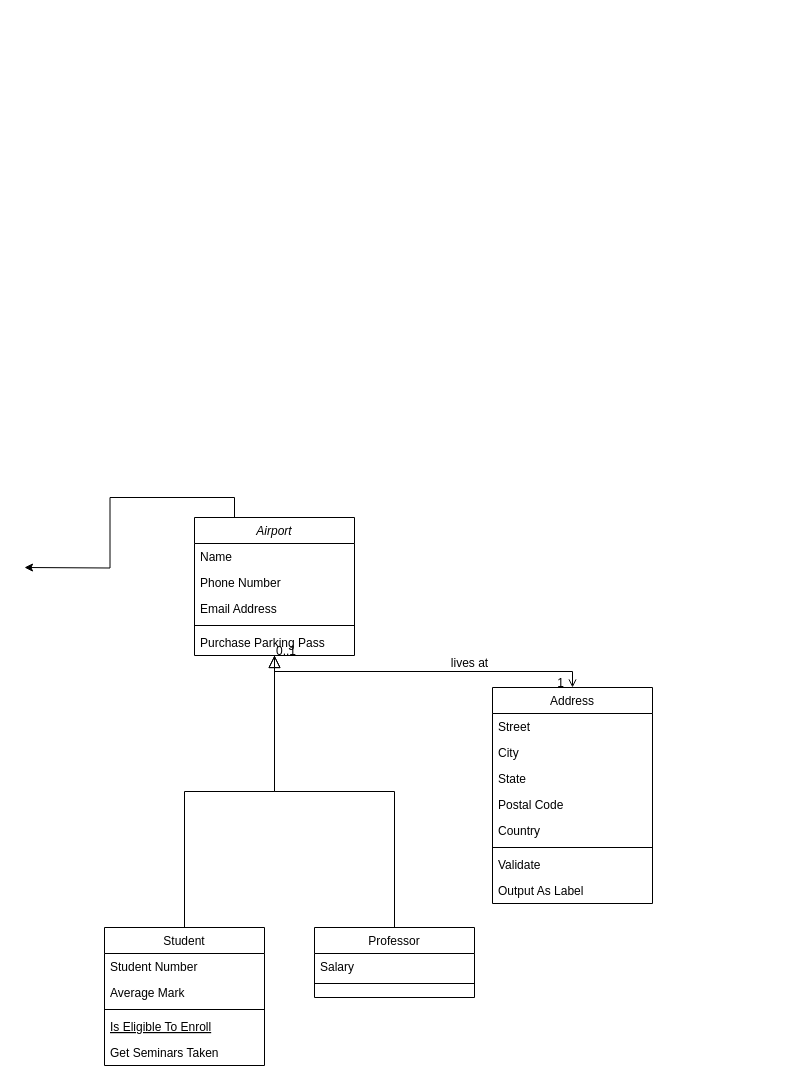
This is Untitled Diagram.drawio from istamendil/istamendil-kfu-programming-java1, a draw.io file, before an edit. Source tidied: cells renumbered, new cells numbered last; positions are measured from the earlier drawing's top-left corner, leaving out a move shared by most shapes. Both pictures are drawn from the tidied source at 100%, with x=0, y=0 at pixel (24, 517).
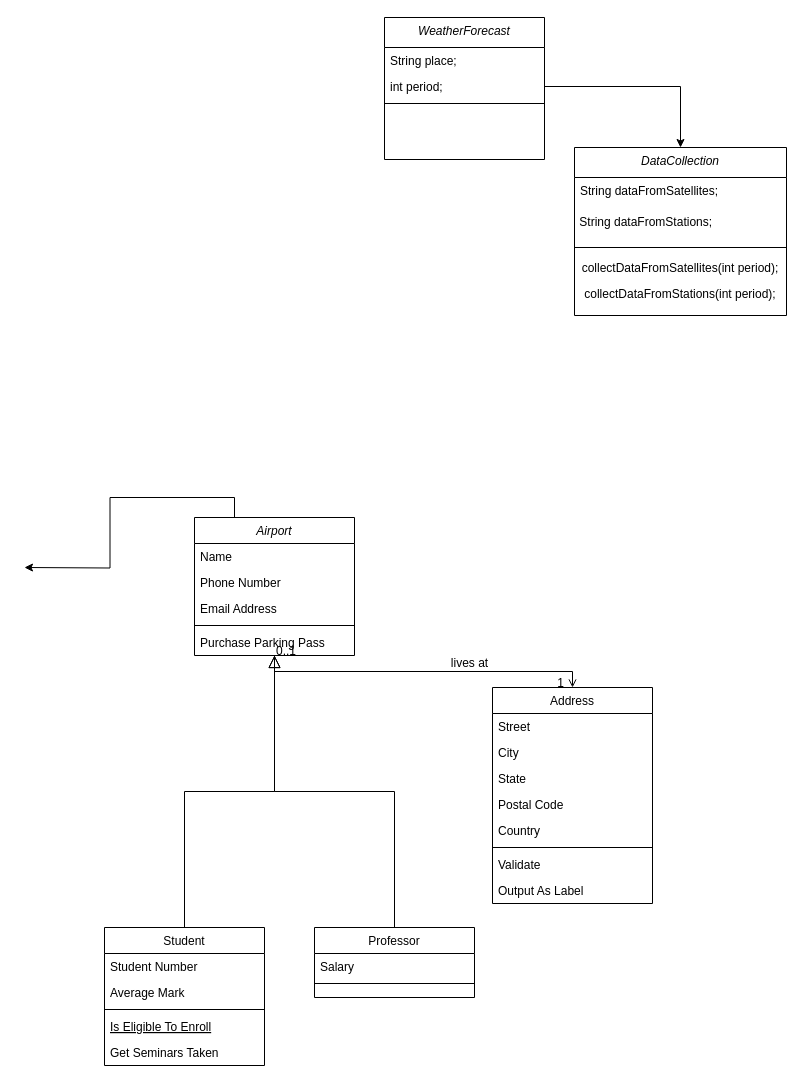
After the change.

Diff of the diagram source:
```diff
@@
+    <mxCell id="33" value="WeatherForecast" style="swimlane;fontStyle=2;align=center;verticalAlign=top;horizontal=1;startSize=30;rounded=0;shadow=0;strokeWidth=1;" parent="1" vertex="1">
+      <mxGeometry x="360" y="-500" width="160" height="142" as="geometry" />
+    </mxCell>
+    <mxCell id="34" value="String place;" style="text;align=left;verticalAlign=top;spacingLeft=4;spacingRight=4;overflow=hidden;" parent="33" vertex="1">
+      <mxGeometry y="30" width="160" height="26" as="geometry" />
+    </mxCell>
+    <mxCell id="35" value="int period;" style="text;align=left;verticalAlign=top;spacingLeft=4;spacingRight=4;overflow=hidden;points=[[0,0.5],[1,0.5]];portConstraint=eastwest;rounded=0;shadow=0;html=0;" parent="33" vertex="1">
+      <mxGeometry y="56" width="160" height="26" as="geometry" />
+    </mxCell>
+    <mxCell id="36" style="line;html=1;strokeWidth=1;align=left;verticalAlign=middle;spacingTop=-1;spacingLeft=3;spacingRight=3;labelPosition=right;" parent="33" vertex="1">
+      <mxGeometry y="82" width="160" height="8" as="geometry" />
+    </mxCell>
+    <mxCell id="37" value="DataCollection" style="swimlane;fontStyle=2;align=center;verticalAlign=top;horizontal=1;startSize=30;rounded=0;shadow=0;strokeWidth=1;" parent="1" vertex="1">
+      <mxGeometry x="550" y="-370" width="212" height="168" as="geometry" />
+    </mxCell>
+    <mxCell id="38" value="String dataFromSatellites;&#10;" style="text;align=left;verticalAlign=top;spacingLeft=4;spacingRight=4;overflow=hidden;rounded=0;shadow=0;html=0;" parent="37" vertex="1">
+      <mxGeometry y="30" width="212" height="30" as="geometry" />
+    </mxCell>
+    <mxCell id="39" value="&lt;span&gt;&amp;nbsp;String dataFromStations;&lt;/span&gt;" style="text;html=1;strokeColor=none;fillColor=none;align=left;verticalAlign=middle;whiteSpace=wrap;rounded=0;" parent="37" vertex="1">
+      <mxGeometry y="60" width="212" height="30" as="geometry" />
+    </mxCell>
+    <mxCell id="40" style="line;html=1;strokeWidth=1;align=left;verticalAlign=middle;spacingTop=-1;spacingLeft=3;spacingRight=3;labelPosition=right;" parent="37" vertex="1">
+      <mxGeometry y="90" width="212" height="20" as="geometry" />
+    </mxCell>
+    <mxCell id="41" value="collectDataFromSatellites(int period);" style="text;html=1;strokeColor=none;fillColor=none;align=center;verticalAlign=middle;whiteSpace=wrap;rounded=0;" parent="37" vertex="1">
+      <mxGeometry y="110" width="212" height="22" as="geometry" />
+    </mxCell>
+    <mxCell id="42" value="&lt;div style=&quot;text-align: left&quot;&gt;collectDataFromStations(int period);&lt;/div&gt;" style="text;html=1;strokeColor=none;fillColor=none;align=center;verticalAlign=middle;whiteSpace=wrap;rounded=0;" parent="37" vertex="1">
+      <mxGeometry y="132" width="212" height="30" as="geometry" />
+    </mxCell>
+    <mxCell id="43" style="edgeStyle=orthogonalEdgeStyle;rounded=0;jettySize=auto;html=1;entryX=0.5;entryY=0;entryDx=0;entryDy=0;" parent="1" edge="1" source="35" target="37">
+      <mxGeometry relative="1" as="geometry" />
+    </mxCell>
```
